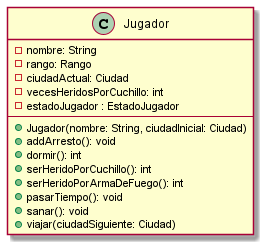
Earlier version of the PlantUML export diagrams/classes/Entrega1/claseJugador.png (alexguttlein/TP2-CarmenSandiego).
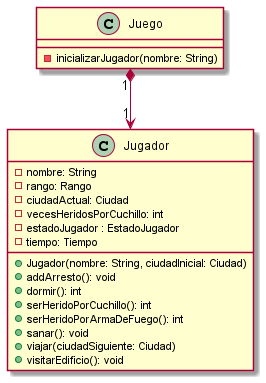
After the change.

What changed in the source:
```diff
@@ -1,4 +1,8 @@
 @startuml
+
+class Juego{
+    - inicializarJugador(nombre: String)
+}
 
 class Jugador {
     -nombre: String
@@ -6,16 +10,19 @@
     -ciudadActual: Ciudad
     -vecesHeridosPorCuchillo: int
     -estadoJugador : EstadoJugador
-    --
+    -tiempo: Tiempo
+
+
     +Jugador(nombre: String, ciudadInicial: Ciudad)
     +addArresto(): void
     +dormir(): int
     +serHeridoPorCuchillo(): int
     +serHeridoPorArmaDeFuego(): int
-    +pasarTiempo(): void
     +sanar(): void
     +viajar(ciudadSiguiente: Ciudad)
+    +visitarEdificio(): void
 }
 
+Juego "1"*-->"1" Jugador
 
 @enduml
```
